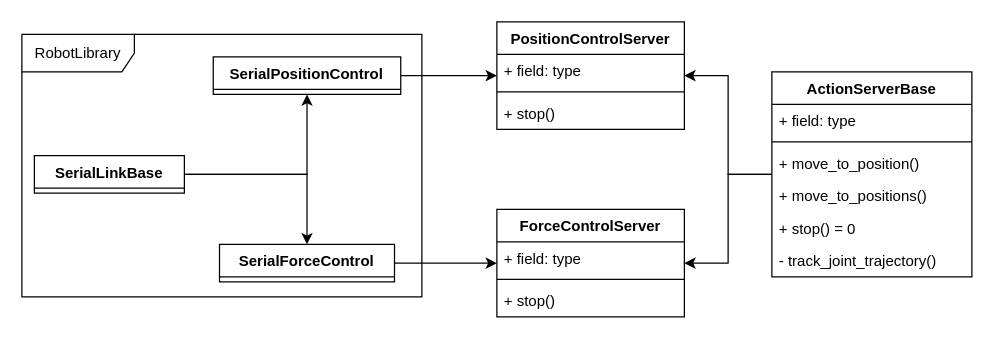
The draw.io diagram ClassDiagrams.drawio in Woolfrey/server_serial_link, before the edit. Source tidied: cells renumbered, new cells numbered last; positions are measured from the earlier drawing's top-left corner, leaving out a move shared by most shapes. Both pictures are drawn from the tidied source at 125%, with x=0, y=0 at pixel (21, 21).
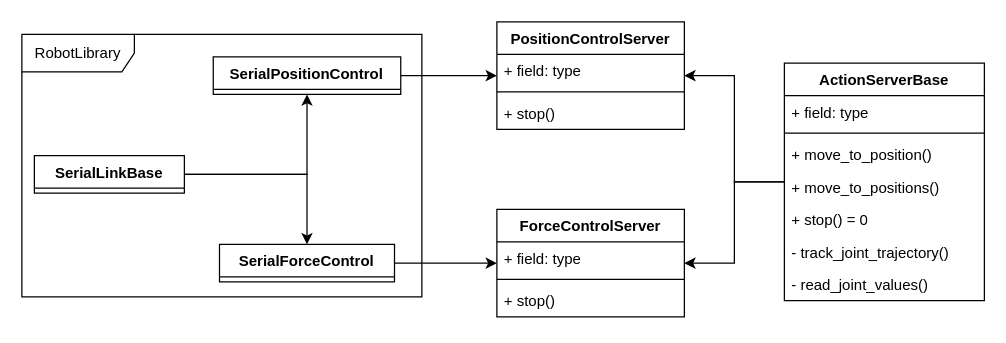
Above is the later version.

Change to the diagram source:
```diff
@@
     <mxCell id="4" value="ActionServerBase" style="swimlane;fontStyle=1;align=center;verticalAlign=top;horizontal=1;startSize=26;whiteSpace=wrap;html=1;" parent="1" vertex="1">
-      <mxGeometry x="600" y="40" width="160" height="164" as="geometry" />
+      <mxGeometry x="610" y="33" width="160" height="190" as="geometry" />
     </mxCell>
@@
+    <mxCell id="27" value="- read_joint_values()" style="text;strokeColor=none;fillColor=none;align=left;verticalAlign=top;spacingLeft=4;spacingRight=4;overflow=hidden;whiteSpace=wrap;html=1;" parent="4" vertex="1">
+      <mxGeometry y="164" width="160" height="26" as="geometry" />
+    </mxCell>
```
